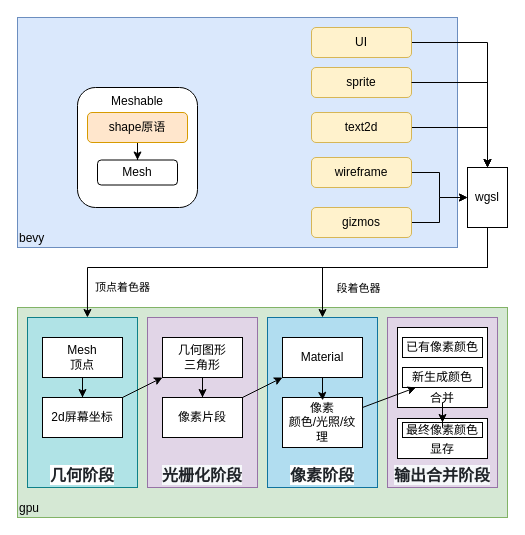
Earlier version of the draw.io diagram bevy-0.17.drawio (topkg/graph). Source tidied: cells renumbered, new cells numbered last; positions are measured from the earlier drawing's top-left corner, leaving out a move shared by most shapes. Both pictures are drawn from the tidied source at 100%, with x=0, y=0 at pixel (17, 17).
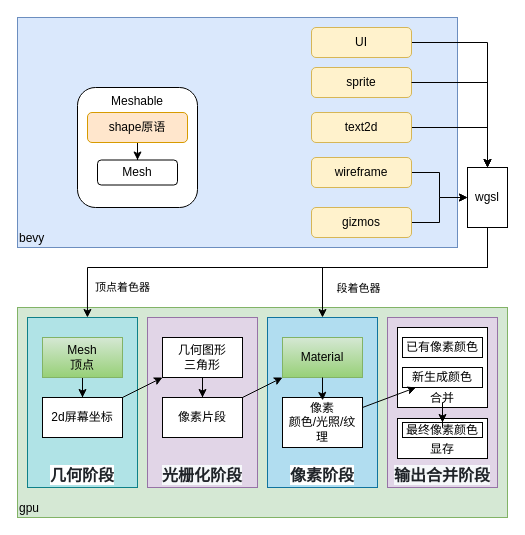
Above is the later version.

Commit message:
gpu的输入进行高亮

What changed in the source:
```diff
@@
-    <mxCell id="20" value="Mesh&lt;div&gt;顶点&lt;/div&gt;" style="rounded=0;whiteSpace=wrap;html=1;" parent="1" vertex="1">
+    <mxCell id="20" value="Mesh&lt;div&gt;顶点&lt;/div&gt;" style="rounded=0;whiteSpace=wrap;html=1;fillColor=#d5e8d4;gradientColor=#97d077;strokeColor=#82b366;" parent="1" vertex="1">
       <mxGeometry x="25" y="320" width="80" height="40" as="geometry" />
     </mxCell>
@@
-    <mxCell id="27" value="Material" style="rounded=0;whiteSpace=wrap;html=1;" parent="1" vertex="1">
+    <mxCell id="27" value="Material" style="rounded=0;whiteSpace=wrap;html=1;fillColor=#d5e8d4;gradientColor=#97d077;strokeColor=#82b366;" parent="1" vertex="1">
       <mxGeometry x="265" y="320" width="80" height="40" as="geometry" />
     </mxCell>
```
